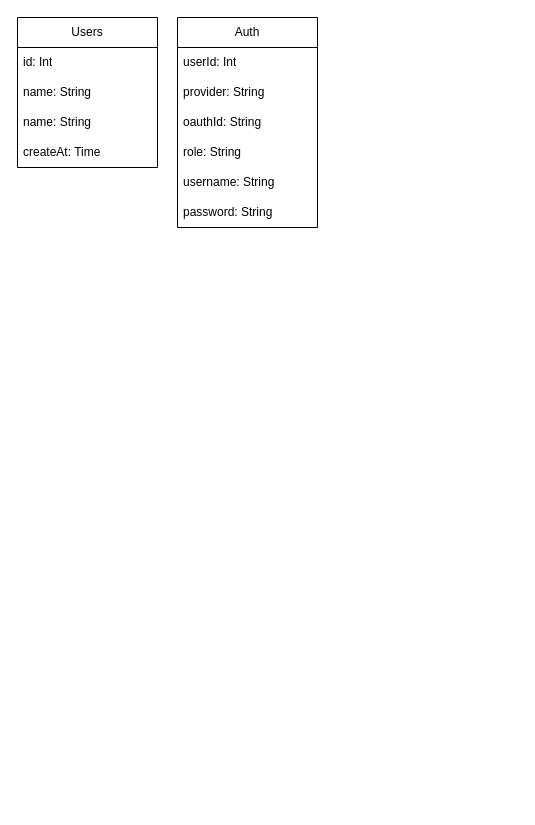
Above: 인잡.drawio in oyc0401/spring (draw.io), before the change. Source tidied: cells renumbered, new cells numbered last; positions are measured from the earlier drawing's top-left corner, leaving out a move shared by most shapes. Both pictures are drawn from the tidied source at 100%, with x=0, y=0 at pixel (17, 17).
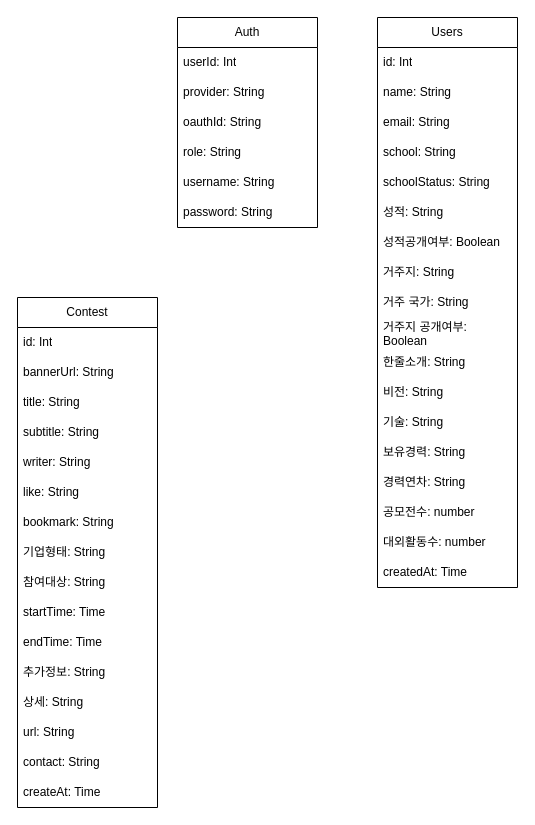
After the change.

Commit message (it also covers changes not shown here):
인잡.drawio 업데이트

Diff of the diagram source:
```diff
@@
     <mxCell id="2" value="Users" style="swimlane;fontStyle=0;horizontal=1;startSize=30;whiteSpace=wrap;html=1;" parent="1" vertex="1">
-      <mxGeometry width="140" height="150" as="geometry" />
+      <mxGeometry x="360" width="140" height="570" as="geometry" />
     </mxCell>
@@
-    <mxCell id="5" value="name: String" style="text;strokeColor=none;fillColor=none;align=left;verticalAlign=middle;spacingLeft=4;spacingRight=4;overflow=hidden;whiteSpace=wrap;html=1;" parent="2" vertex="1">
+    <mxCell id="5" value="email: String" style="text;strokeColor=none;fillColor=none;align=left;verticalAlign=middle;spacingLeft=4;spacingRight=4;overflow=hidden;whiteSpace=wrap;html=1;" parent="2" vertex="1">
       <mxGeometry y="90" width="140" height="30" as="geometry" />
     </mxCell>
+    <mxCell id="14" value="school: String" style="text;strokeColor=none;fillColor=none;align=left;verticalAlign=middle;spacingLeft=4;spacingRight=4;overflow=hidden;whiteSpace=wrap;html=1;" parent="2" vertex="1">
+      <mxGeometry y="120" width="140" height="30" as="geometry" />
+    </mxCell>
+    <mxCell id="15" value="schoolStatus: String" style="text;strokeColor=none;fillColor=none;align=left;verticalAlign=middle;spacingLeft=4;spacingRight=4;overflow=hidden;whiteSpace=wrap;html=1;" parent="2" vertex="1">
+      <mxGeometry y="150" width="140" height="30" as="geometry" />
+    </mxCell>
+    <mxCell id="16" value="성적: String" style="text;strokeColor=none;fillColor=none;align=left;verticalAlign=middle;spacingLeft=4;spacingRight=4;overflow=hidden;whiteSpace=wrap;html=1;" parent="2" vertex="1">
+      <mxGeometry y="180" width="140" height="30" as="geometry" />
+    </mxCell>
+    <mxCell id="17" value="성적공개여부: Boolean" style="text;strokeColor=none;fillColor=none;align=left;verticalAlign=middle;spacingLeft=4;spacingRight=4;overflow=hidden;whiteSpace=wrap;html=1;" parent="2" vertex="1">
+      <mxGeometry y="210" width="140" height="30" as="geometry" />
+    </mxCell>
+    <mxCell id="18" value="거주지: String" style="text;strokeColor=none;fillColor=none;align=left;verticalAlign=middle;spacingLeft=4;spacingRight=4;overflow=hidden;whiteSpace=wrap;html=1;" parent="2" vertex="1">
+      <mxGeometry y="240" width="140" height="30" as="geometry" />
+    </mxCell>
+    <mxCell id="19" value="거주 국가: String" style="text;strokeColor=none;fillColor=none;align=left;verticalAlign=middle;spacingLeft=4;spacingRight=4;overflow=hidden;whiteSpace=wrap;html=1;" parent="2" vertex="1">
+      <mxGeometry y="270" width="140" height="30" as="geometry" />
+    </mxCell>
+    <mxCell id="20" value="거주지 공개여부: Boolean" style="text;strokeColor=none;fillColor=none;align=left;verticalAlign=middle;spacingLeft=4;spacingRight=4;overflow=hidden;whiteSpace=wrap;html=1;" parent="2" vertex="1">
+      <mxGeometry y="300" width="140" height="30" as="geometry" />
+    </mxCell>
+    <mxCell id="21" value="한줄소개: String" style="text;strokeColor=none;fillColor=none;align=left;verticalAlign=middle;spacingLeft=4;spacingRight=4;overflow=hidden;whiteSpace=wrap;html=1;" parent="2" vertex="1">
+      <mxGeometry y="330" width="140" height="30" as="geometry" />
+    </mxCell>
+    <mxCell id="22" value="비전: String" style="text;strokeColor=none;fillColor=none;align=left;verticalAlign=middle;spacingLeft=4;spacingRight=4;overflow=hidden;whiteSpace=wrap;html=1;" parent="2" vertex="1">
+      <mxGeometry y="360" width="140" height="30" as="geometry" />
+    </mxCell>
+    <mxCell id="23" value="기술: String" style="text;strokeColor=none;fillColor=none;align=left;verticalAlign=middle;spacingLeft=4;spacingRight=4;overflow=hidden;whiteSpace=wrap;html=1;" parent="2" vertex="1">
+      <mxGeometry y="390" width="140" height="30" as="geometry" />
+    </mxCell>
+    <mxCell id="24" value="보유경력: String" style="text;strokeColor=none;fillColor=none;align=left;verticalAlign=middle;spacingLeft=4;spacingRight=4;overflow=hidden;whiteSpace=wrap;html=1;" parent="2" vertex="1">
+      <mxGeometry y="420" width="140" height="30" as="geometry" />
+    </mxCell>
+    <mxCell id="25" value="경력연차: String" style="text;strokeColor=none;fillColor=none;align=left;verticalAlign=middle;spacingLeft=4;spacingRight=4;overflow=hidden;whiteSpace=wrap;html=1;" parent="2" vertex="1">
+      <mxGeometry y="450" width="140" height="30" as="geometry" />
+    </mxCell>
+    <mxCell id="26" value="공모전수: number" style="text;strokeColor=none;fillColor=none;align=left;verticalAlign=middle;spacingLeft=4;spacingRight=4;overflow=hidden;whiteSpace=wrap;html=1;" parent="2" vertex="1">
+      <mxGeometry y="480" width="140" height="30" as="geometry" />
+    </mxCell>
+    <mxCell id="27" value="대외활동수: number" style="text;strokeColor=none;fillColor=none;align=left;verticalAlign=middle;spacingLeft=4;spacingRight=4;overflow=hidden;whiteSpace=wrap;html=1;" parent="2" vertex="1">
+      <mxGeometry y="510" width="140" height="30" as="geometry" />
+    </mxCell>
-    <mxCell id="6" value="createAt: Time" style="text;strokeColor=none;fillColor=none;align=left;verticalAlign=middle;spacingLeft=4;spacingRight=4;overflow=hidden;whiteSpace=wrap;html=1;" parent="2" vertex="1">
-      <mxGeometry y="120" width="140" height="30" as="geometry" />
+    <mxCell id="6" value="created&lt;span style=&quot;background-color: transparent; color: light-dark(rgb(0, 0, 0), rgb(255, 255, 255));&quot;&gt;At: Time&lt;/span&gt;" style="text;strokeColor=none;fillColor=none;align=left;verticalAlign=middle;spacingLeft=4;spacingRight=4;overflow=hidden;whiteSpace=wrap;html=1;" parent="2" vertex="1">
+      <mxGeometry y="540" width="140" height="30" as="geometry" />
     </mxCell>
@@
+    <mxCell id="28" value="Contest" style="swimlane;fontStyle=0;horizontal=1;startSize=30;whiteSpace=wrap;html=1;" parent="1" vertex="1">
+      <mxGeometry y="280" width="140" height="510" as="geometry" />
+    </mxCell>
+    <mxCell id="29" value="id: Int" style="text;strokeColor=none;fillColor=none;align=left;verticalAlign=middle;spacingLeft=4;spacingRight=4;overflow=hidden;whiteSpace=wrap;html=1;" parent="28" vertex="1">
+      <mxGeometry y="30" width="140" height="30" as="geometry" />
+    </mxCell>
+    <mxCell id="30" value="bannerUrl: String" style="text;strokeColor=none;fillColor=none;align=left;verticalAlign=middle;spacingLeft=4;spacingRight=4;overflow=hidden;whiteSpace=wrap;html=1;" parent="28" vertex="1">
+      <mxGeometry y="60" width="140" height="30" as="geometry" />
+    </mxCell>
+    <mxCell id="31" value="title: String" style="text;strokeColor=none;fillColor=none;align=left;verticalAlign=middle;spacingLeft=4;spacingRight=4;overflow=hidden;whiteSpace=wrap;html=1;" parent="28" vertex="1">
+      <mxGeometry y="90" width="140" height="30" as="geometry" />
+    </mxCell>
+    <mxCell id="32" value="subtitle: String" style="text;strokeColor=none;fillColor=none;align=left;verticalAlign=middle;spacingLeft=4;spacingRight=4;overflow=hidden;whiteSpace=wrap;html=1;" parent="28" vertex="1">
+      <mxGeometry y="120" width="140" height="30" as="geometry" />
+    </mxCell>
+    <mxCell id="33" value="writer: String" style="text;strokeColor=none;fillColor=none;align=left;verticalAlign=middle;spacingLeft=4;spacingRight=4;overflow=hidden;whiteSpace=wrap;html=1;" parent="28" vertex="1">
+      <mxGeometry y="150" width="140" height="30" as="geometry" />
+    </mxCell>
+    <mxCell id="34" value="like: String" style="text;strokeColor=none;fillColor=none;align=left;verticalAlign=middle;spacingLeft=4;spacingRight=4;overflow=hidden;whiteSpace=wrap;html=1;" parent="28" vertex="1">
+      <mxGeometry y="180" width="140" height="30" as="geometry" />
+    </mxCell>
+    <mxCell id="35" value="bookmark: String" style="text;strokeColor=none;fillColor=none;align=left;verticalAlign=middle;spacingLeft=4;spacingRight=4;overflow=hidden;whiteSpace=wrap;html=1;" parent="28" vertex="1">
+      <mxGeometry y="210" width="140" height="30" as="geometry" />
+    </mxCell>
+    <mxCell id="36" value="기업형태: String" style="text;strokeColor=none;fillColor=none;align=left;verticalAlign=middle;spacingLeft=4;spacingRight=4;overflow=hidden;whiteSpace=wrap;html=1;" parent="28" vertex="1">
+      <mxGeometry y="240" width="140" height="30" as="geometry" />
+    </mxCell>
+    <mxCell id="37" value="참여대상: String" style="text;strokeColor=none;fillColor=none;align=left;verticalAlign=middle;spacingLeft=4;spacingRight=4;overflow=hidden;whiteSpace=wrap;html=1;" parent="28" vertex="1">
+      <mxGeometry y="270" width="140" height="30" as="geometry" />
+    </mxCell>
+    <mxCell id="38" value="startTime: Time" style="text;strokeColor=none;fillColor=none;align=left;verticalAlign=middle;spacingLeft=4;spacingRight=4;overflow=hidden;whiteSpace=wrap;html=1;" parent="28" vertex="1">
+      <mxGeometry y="300" width="140" height="30" as="geometry" />
+    </mxCell>
+    <mxCell id="39" value="endTime: Time" style="text;strokeColor=none;fillColor=none;align=left;verticalAlign=middle;spacingLeft=4;spacingRight=4;overflow=hidden;whiteSpace=wrap;html=1;" parent="28" vertex="1">
+      <mxGeometry y="330" width="140" height="30" as="geometry" />
+    </mxCell>
+    <mxCell id="40" value="추가정보: String" style="text;strokeColor=none;fillColor=none;align=left;verticalAlign=middle;spacingLeft=4;spacingRight=4;overflow=hidden;whiteSpace=wrap;html=1;" parent="28" vertex="1">
+      <mxGeometry y="360" width="140" height="30" as="geometry" />
+    </mxCell>
+    <mxCell id="41" value="상세: String" style="text;strokeColor=none;fillColor=none;align=left;verticalAlign=middle;spacingLeft=4;spacingRight=4;overflow=hidden;whiteSpace=wrap;html=1;" parent="28" vertex="1">
+      <mxGeometry y="390" width="140" height="30" as="geometry" />
+    </mxCell>
+    <mxCell id="42" value="url: String" style="text;strokeColor=none;fillColor=none;align=left;verticalAlign=middle;spacingLeft=4;spacingRight=4;overflow=hidden;whiteSpace=wrap;html=1;" parent="28" vertex="1">
+      <mxGeometry y="420" width="140" height="30" as="geometry" />
+    </mxCell>
+    <mxCell id="43" value="contact: String" style="text;strokeColor=none;fillColor=none;align=left;verticalAlign=middle;spacingLeft=4;spacingRight=4;overflow=hidden;whiteSpace=wrap;html=1;" parent="28" vertex="1">
+      <mxGeometry y="450" width="140" height="30" as="geometry" />
+    </mxCell>
+    <mxCell id="44" value="createAt: Time" style="text;strokeColor=none;fillColor=none;align=left;verticalAlign=middle;spacingLeft=4;spacingRight=4;overflow=hidden;whiteSpace=wrap;html=1;" parent="28" vertex="1">
+      <mxGeometry y="480" width="140" height="30" as="geometry" />
+    </mxCell>
```
